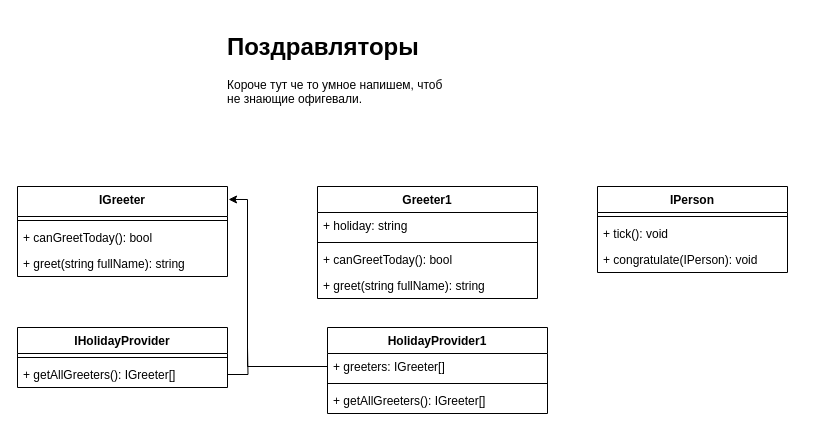
Above: Untitled Diagram.drawio in Muhammadrasul446/SomeShitAnthonyGave (draw.io), before the change. Source tidied: cells renumbered, new cells numbered last; positions are measured from the earlier drawing's top-left corner, leaving out a move shared by most shapes. Both pictures are drawn from the tidied source at 100%, with x=0, y=0 at pixel (17, 27).
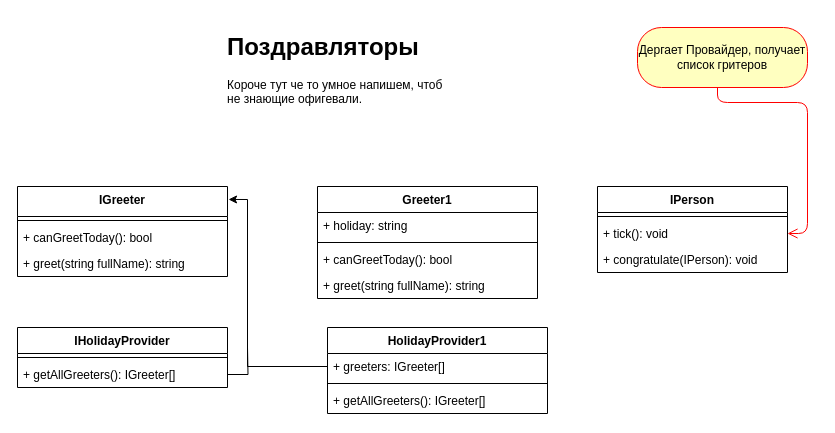
After the change.

Unchanged cells that the change refers to:
```xml
<mxCell id="18" value="+ tick(): void" style="text;strokeColor=none;fillColor=none;align=left;verticalAlign=top;spacingLeft=4;spacingRight=4;overflow=hidden;points=[[0,0.5],[1,0.5]];portConstraint=eastwest;" parent="16" vertex="1">
  <mxGeometry y="34" width="190" height="26" as="geometry" />
</mxCell>
```

What changed in the source:
```diff
@@
+    <mxCell id="25" value="Дергает Провайдер, получает список гритеров" style="rounded=1;whiteSpace=wrap;html=1;arcSize=40;fontColor=#000000;fillColor=#ffffc0;strokeColor=#ff0000;" parent="1" vertex="1">
+      <mxGeometry x="620" width="170" height="60" as="geometry" />
+    </mxCell>
+    <mxCell id="26" style="edgeStyle=orthogonalEdgeStyle;html=1;verticalAlign=bottom;endArrow=open;endSize=8;strokeColor=#ff0000;entryX=1;entryY=0.5;entryDx=0;entryDy=0;" parent="1" edge="1" source="25" target="18">
+      <mxGeometry relative="1" as="geometry">
+        <Array as="points">
+          <mxPoint x="700" y="75" />
+          <mxPoint x="790" y="75" />
+          <mxPoint x="790" y="206" />
+        </Array>
+      </mxGeometry>
+    </mxCell>
```
